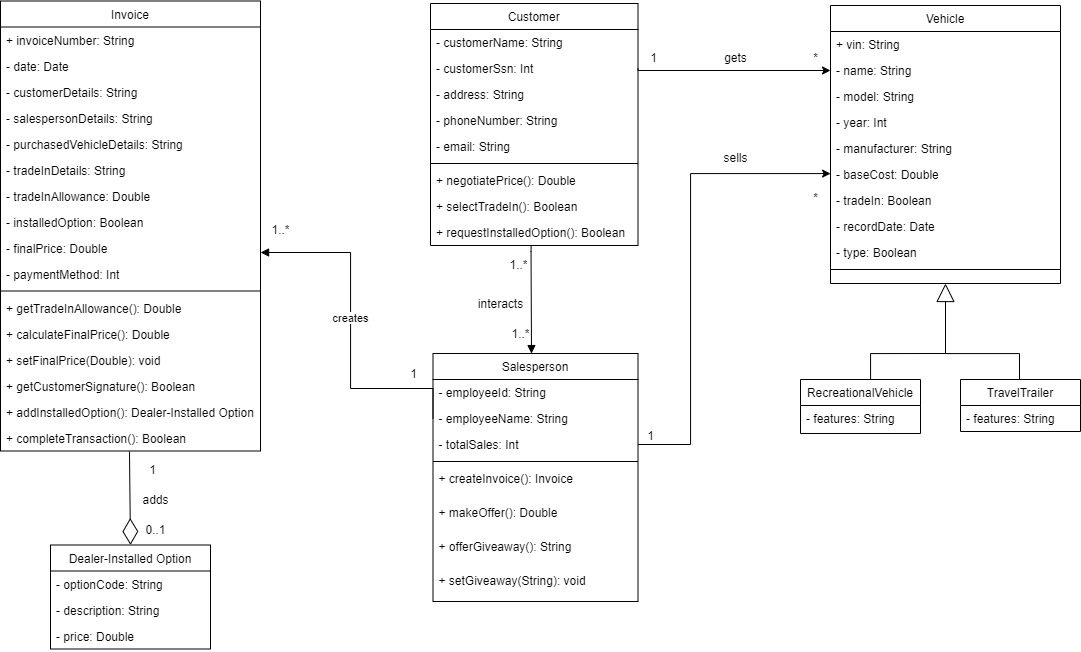
This is holiday_travel_vehicles.drawio.png from LarryChenCode/IS7020_diagrams, a draw.io export, as it was before one commit. Source tidied: cells renumbered, new cells last; positions are measured from the earlier drawing's top-left corner, leaving out a move shared by most shapes.
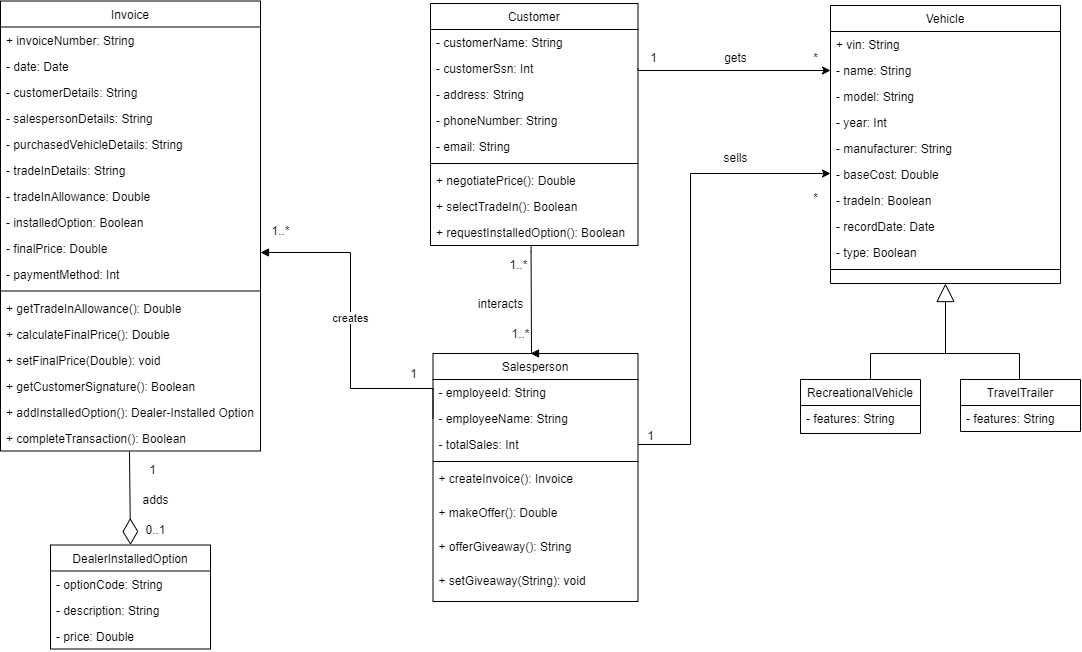
Later version of the same file.

Diff of the diagram source:
```diff
@@ -161,7 +161,7 @@
     <mxCell id="51" value="+ requestInstalledOption(): Boolean" style="text;align=left;verticalAlign=top;spacingLeft=4;spacingRight=4;overflow=hidden;points=[[0,0.5],[1,0.5]];portConstraint=eastwest;" parent="42" vertex="1">
       <mxGeometry y="216" width="207.5" height="26" as="geometry" />
     </mxCell>
-    <mxCell id="52" value="Dealer-Installed Option" style="swimlane;fontStyle=0;align=center;verticalAlign=top;horizontal=1;startSize=26;rounded=0;shadow=0;strokeWidth=1;" parent="1" vertex="1">
+    <mxCell id="52" value="DealerInstalledOption" style="swimlane;fontStyle=0;align=center;verticalAlign=top;horizontal=1;startSize=26;rounded=0;shadow=0;strokeWidth=1;" parent="1" vertex="1">
       <mxGeometry x="50" y="543.5" width="160" height="104" as="geometry" />
     </mxCell>
     <mxCell id="53" value="- optionCode: String" style="text;align=left;verticalAlign=top;spacingLeft=4;spacingRight=4;overflow=hidden;" parent="52" vertex="1">
```
